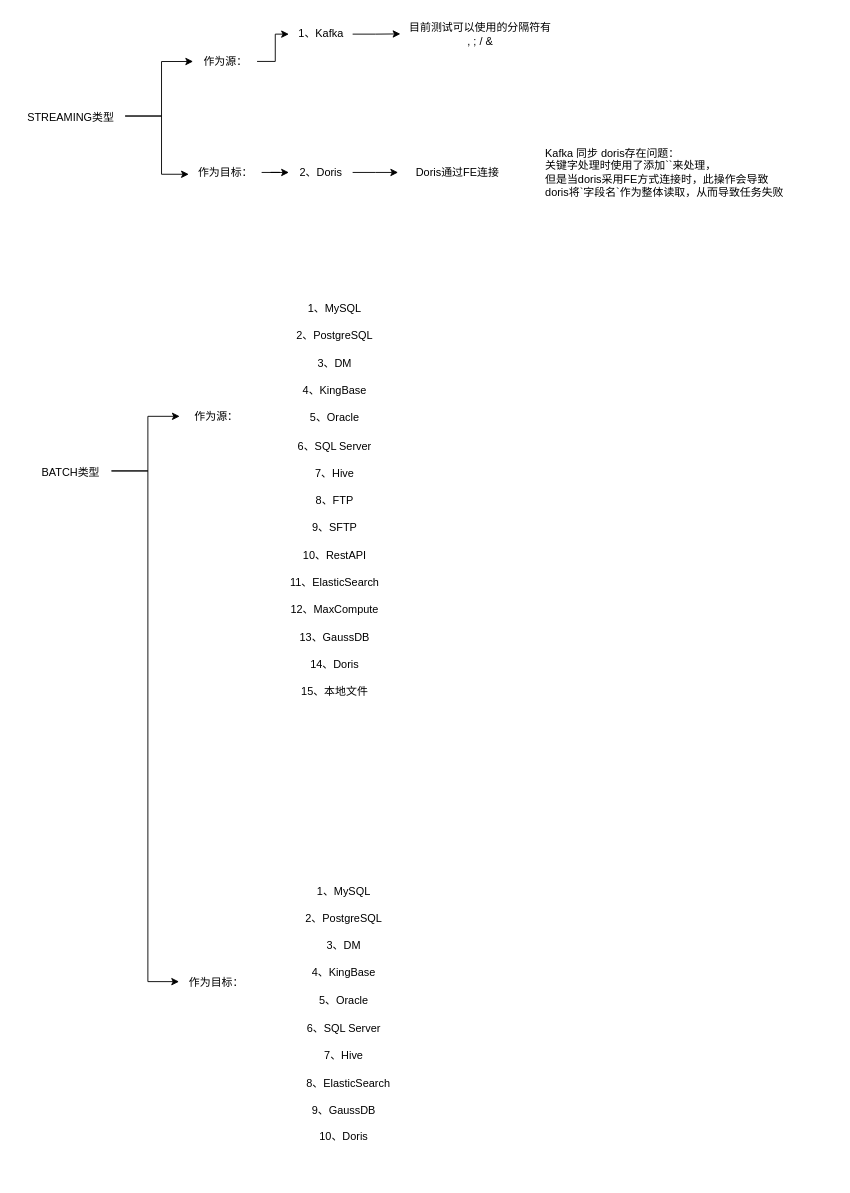
Earlier version of the draw.io diagram 数据同步.drawio (aiyougit/zdhx_study). Source tidied: cells renumbered, new cells numbered last; positions are measured from the earlier drawing's top-left corner, leaving out a move shared by most shapes. Both pictures are drawn from the tidied source at 91%, with x=0, y=0 at pixel (15, 15).
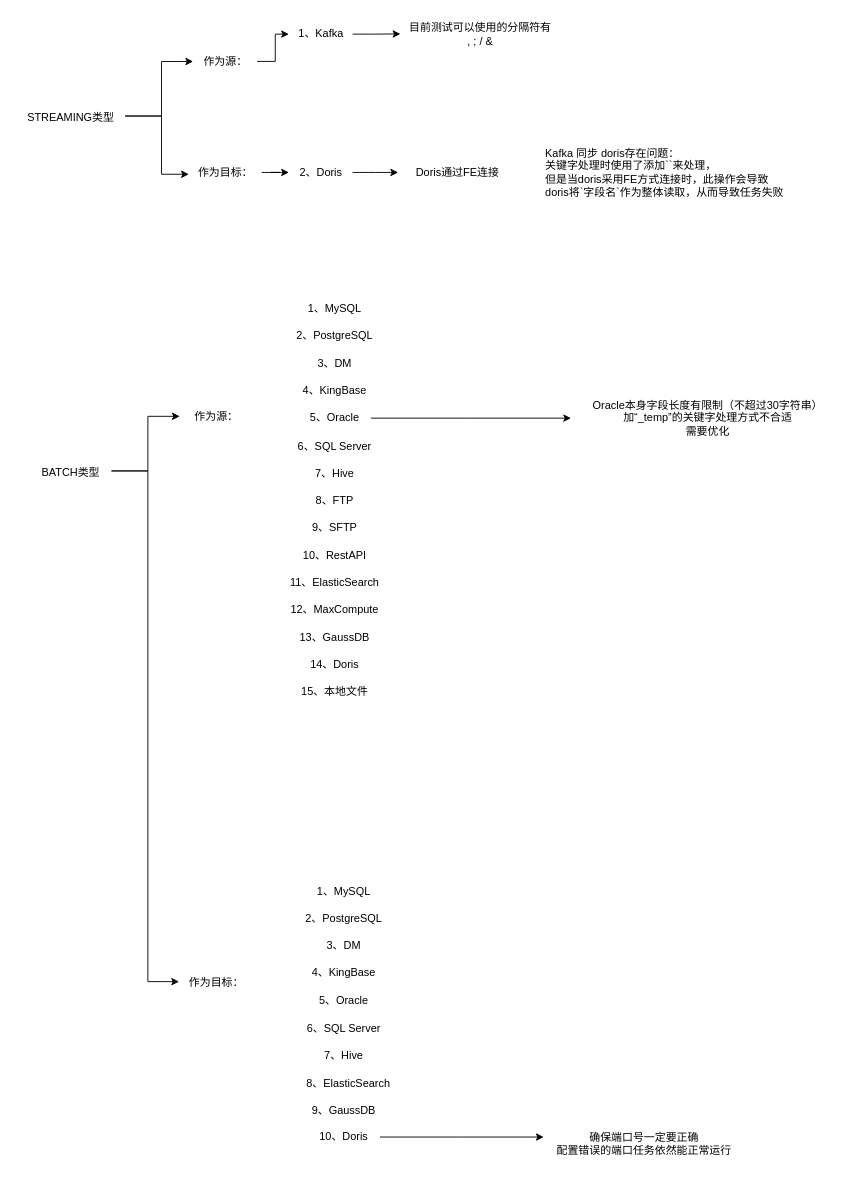
The same diagram, later.

Commit message:
更新数据同步.drawio

Unchanged cells that the change refers to:
```xml
<mxCell id="25" value="5、Oracle" style="text;html=1;align=center;verticalAlign=middle;points=[];strokeColor=none;fillColor=none;" parent="1" vertex="1">
  <mxGeometry x="310" y="427" width="80" height="30" as="geometry" />
</mxCell>
<mxCell id="45" value="10、Doris" style="text;html=1;align=center;verticalAlign=middle;points=[];strokeColor=none;fillColor=none;" parent="1" vertex="1">
  <mxGeometry x="320" y="1217" width="80" height="30" as="geometry" />
</mxCell>
```

Change to the diagram source:
```diff
@@
+    <mxCell id="47" style="edgeStyle=orthogonalEdgeStyle;rounded=0;jettySize=auto;html=1;" parent="1" edge="1" source="25">
+      <mxGeometry relative="1" as="geometry">
+        <mxPoint x="610" y="442" as="targetPoint" />
+      </mxGeometry>
+    </mxCell>
@@
+    <mxCell id="48" style="edgeStyle=orthogonalEdgeStyle;rounded=0;jettySize=auto;html=1;" parent="1" edge="1" source="45">
+      <mxGeometry relative="1" as="geometry">
+        <mxPoint x="580" y="1232" as="targetPoint" />
+      </mxGeometry>
+    </mxCell>
@@
+    <mxCell id="49" value="Oracle本身字段长度有限制（不超过30字符串）&lt;div&gt;加“_temp”的关键字处理方式不合适&lt;br&gt;需要优化&lt;/div&gt;" style="text;html=1;align=center;verticalAlign=middle;strokeColor=none;fillColor=none;" parent="1" vertex="1">
+      <mxGeometry x="620" y="412" width="280" height="60" as="geometry" />
+    </mxCell>
+    <mxCell id="50" value="确保端口号一定要正确&lt;div&gt;配置错误的端口任务依然能正常运行&lt;/div&gt;&lt;div&gt;&lt;br&gt;&lt;/div&gt;" style="text;html=1;align=center;verticalAlign=middle;strokeColor=none;fillColor=none;" parent="1" vertex="1">
+      <mxGeometry x="580" y="1217" width="220" height="60" as="geometry" />
+    </mxCell>
```
